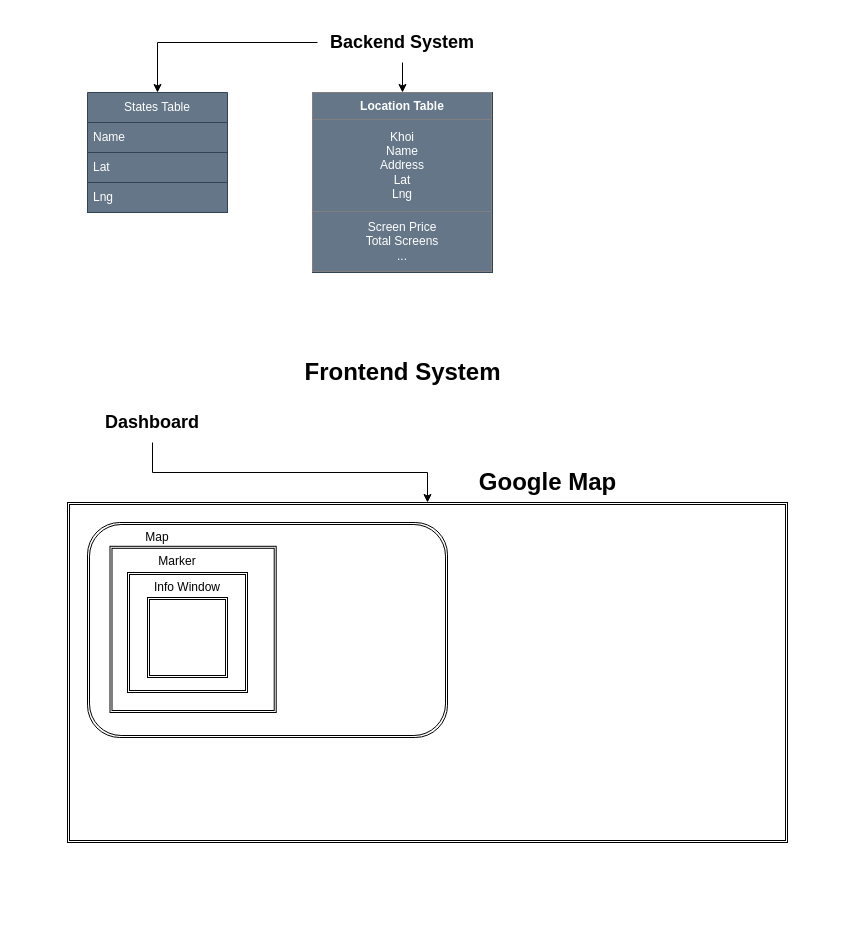
Above: SmartSearchBar.drawio in Sukhvsin2/ER-Diagrams (draw.io), before the change. Source tidied: cells renumbered, new cells numbered last; positions are measured from the earlier drawing's top-left corner, leaving out a move shared by most shapes. Both pictures are drawn from the tidied source at 100%, with x=0, y=0 at pixel (67, 22).
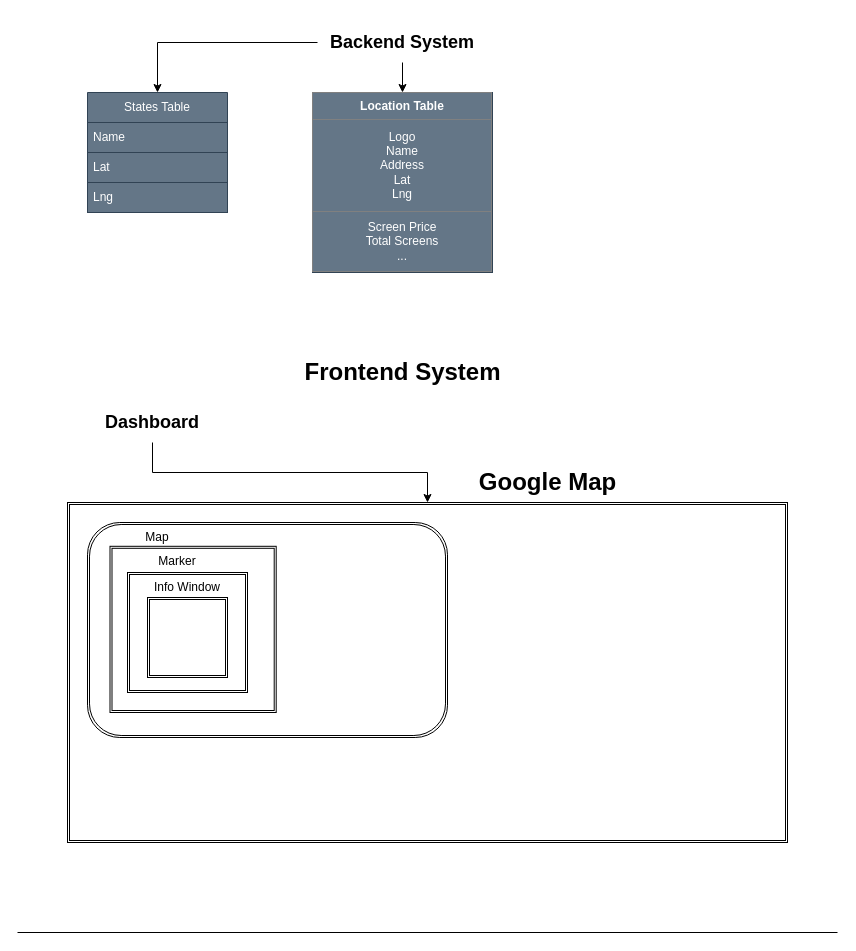
The same page after the edit.

Change to the diagram source:
```diff
@@
-    <mxCell id="9" value="&lt;table border=&quot;1&quot; width=&quot;100%&quot; height=&quot;100%&quot; cellpadding=&quot;4&quot; style=&quot;width:100%;height:100%;border-collapse:collapse;&quot;&gt;&lt;tbody&gt;&lt;tr&gt;&lt;th align=&quot;center&quot;&gt;Location Table&lt;/th&gt;&lt;/tr&gt;&lt;tr&gt;&lt;td align=&quot;center&quot;&gt;Khoi&lt;br&gt;Name&lt;br&gt;Address&lt;br&gt;Lat&lt;br&gt;Lng&lt;/td&gt;&lt;/tr&gt;&lt;tr&gt;&lt;td align=&quot;center&quot;&gt;Screen Price&lt;br&gt;Total Screens&lt;br&gt;...&lt;/td&gt;&lt;/tr&gt;&lt;/tbody&gt;&lt;/table&gt;" style="text;html=1;whiteSpace=wrap;strokeColor=#314354;fillColor=#647687;overflow=fill;fontColor=#ffffff;" parent="1" vertex="1">
+    <mxCell id="9" value="&lt;table border=&quot;1&quot; width=&quot;100%&quot; height=&quot;100%&quot; cellpadding=&quot;4&quot; style=&quot;width:100%;height:100%;border-collapse:collapse;&quot;&gt;&lt;tbody&gt;&lt;tr&gt;&lt;th align=&quot;center&quot;&gt;Location Table&lt;/th&gt;&lt;/tr&gt;&lt;tr&gt;&lt;td align=&quot;center&quot;&gt;Logo&lt;br&gt;Name&lt;br&gt;Address&lt;br&gt;Lat&lt;br&gt;Lng&lt;/td&gt;&lt;/tr&gt;&lt;tr&gt;&lt;td align=&quot;center&quot;&gt;Screen Price&lt;br&gt;Total Screens&lt;br&gt;...&lt;/td&gt;&lt;/tr&gt;&lt;/tbody&gt;&lt;/table&gt;" style="text;html=1;whiteSpace=wrap;strokeColor=#314354;fillColor=#647687;overflow=fill;fontColor=#ffffff;" parent="1" vertex="1">
       <mxGeometry x="245" y="70" width="180" height="180" as="geometry" />
     </mxCell>
@@
+    <mxCell id="22" style="endArrow=none;html=1;rounded=0;" parent="1" edge="1">
+      <mxGeometry relative="1" as="geometry">
+        <mxPoint x="-50" y="910" as="sourcePoint" />
+        <mxPoint x="770" y="910" as="targetPoint" />
+      </mxGeometry>
+    </mxCell>
```
